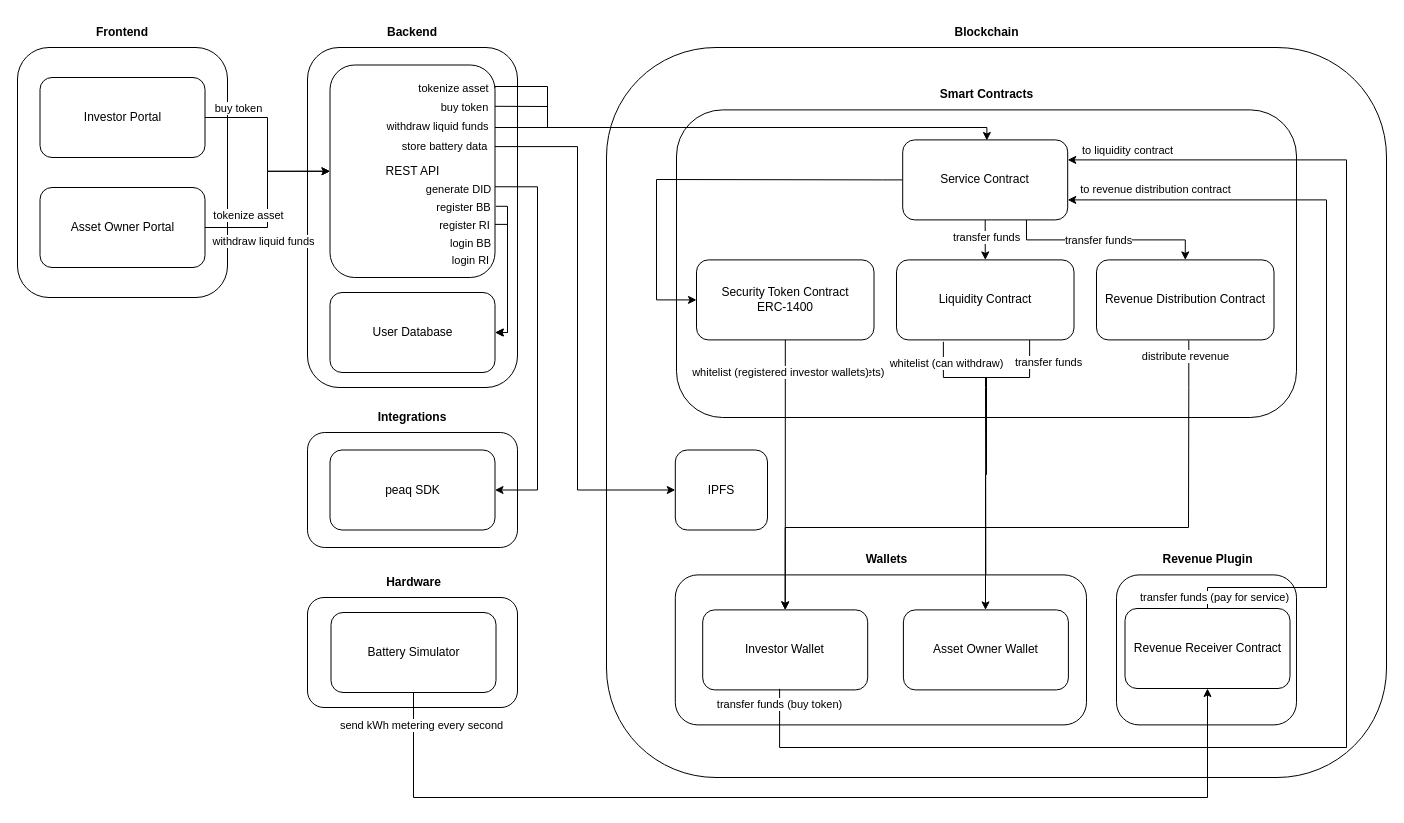
Before: architecture/penomo_demo_architecture_diagram_231006.drawio in penomoprotocol/tokenization-MVP, a draw.io diagram. Source tidied: cells renumbered, new cells numbered last; positions are measured from the earlier drawing's top-left corner, leaving out a move shared by most shapes. Both pictures are drawn from the tidied source at 100%, with x=0, y=0 at pixel (17, 17).
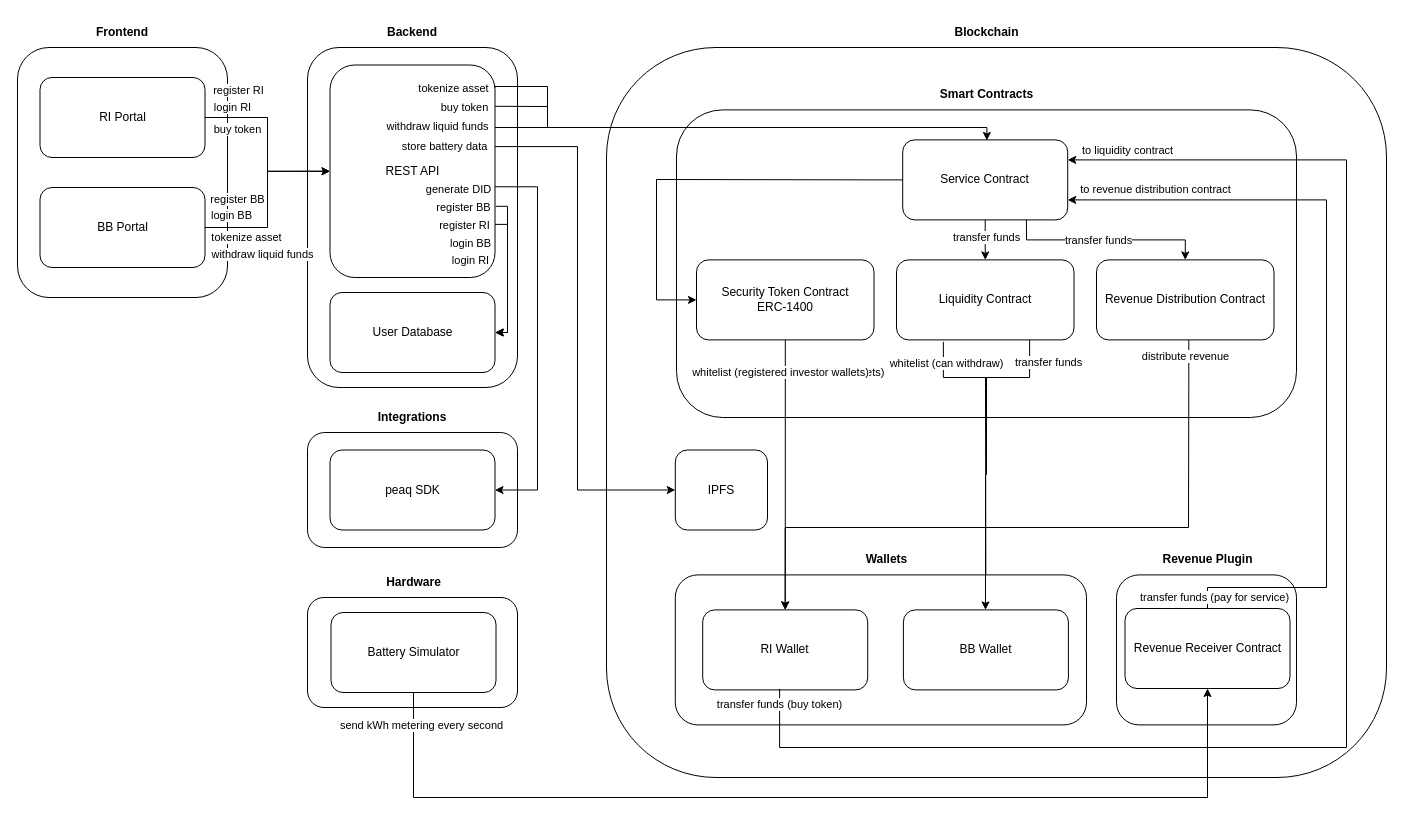
Above is the later version.

The edit, as a diff of the source:
```diff
@@
-    <mxCell id="11" value="Investor Portal" style="rounded=1;whiteSpace=wrap;html=1;" parent="1" vertex="1">
+    <mxCell id="11" value="RI Portal" style="rounded=1;whiteSpace=wrap;html=1;" parent="1" vertex="1">
       <mxGeometry x="22.5" y="60" width="165" height="80" as="geometry" />
     </mxCell>
@@
-    <mxCell id="13" value="Asset Owner Portal" style="rounded=1;whiteSpace=wrap;html=1;" parent="1" vertex="1">
+    <mxCell id="13" value="BB Portal" style="rounded=1;whiteSpace=wrap;html=1;" parent="1" vertex="1">
       <mxGeometry x="22.5" y="170" width="165" height="80" as="geometry" />
     </mxCell>
@@
-    <mxCell id="33" value="Investor Wallet" style="rounded=1;whiteSpace=wrap;html=1;" parent="1" vertex="1">
+    <mxCell id="33" value="RI Wallet" style="rounded=1;whiteSpace=wrap;html=1;" parent="1" vertex="1">
       <mxGeometry x="685.2" y="592.4" width="165" height="80" as="geometry" />
     </mxCell>
-    <mxCell id="34" value="Asset Owner Wallet" style="rounded=1;whiteSpace=wrap;html=1;" parent="1" vertex="1">
+    <mxCell id="34" value="BB Wallet" style="rounded=1;whiteSpace=wrap;html=1;" parent="1" vertex="1">
       <mxGeometry x="885.9" y="592.4" width="165" height="80" as="geometry" />
     </mxCell>
@@
     <mxCell id="39" value="buy token" style="edgeLabel;html=1;align=center;verticalAlign=middle;" parent="1" vertex="1">
-      <mxGeometry x="220" y="90" as="geometry" />
+      <mxGeometry x="219" y="111" as="geometry" />
     </mxCell>
     <mxCell id="40" value="tokenize asset" style="edgeLabel;html=1;align=center;verticalAlign=middle;" parent="1" vertex="1">
-      <mxGeometry x="228" y="201" as="geometry">
+      <mxGeometry x="226" y="223" as="geometry">
         <mxPoint x="2" y="-4" as="offset" />
       </mxGeometry>
     </mxCell>
     <mxCell id="41" value="withdraw liquid funds" style="edgeLabel;html=1;align=center;verticalAlign=middle;" parent="1" vertex="1">
-      <mxGeometry x="243" y="227" as="geometry">
+      <mxGeometry x="242" y="240" as="geometry">
         <mxPoint x="2" y="-4" as="offset" />
       </mxGeometry>
     </mxCell>
@@
+    <mxCell id="75" value="login RI" style="edgeLabel;html=1;align=center;verticalAlign=middle;" parent="1" vertex="1">
+      <mxGeometry x="214" y="89" as="geometry" />
+    </mxCell>
+    <mxCell id="76" value="register RI" style="edgeLabel;html=1;align=center;verticalAlign=middle;" parent="1" vertex="1">
+      <mxGeometry x="220" y="72" as="geometry" />
+    </mxCell>
+    <mxCell id="77" value="login BB" style="edgeLabel;html=1;align=center;verticalAlign=middle;" parent="1" vertex="1">
+      <mxGeometry x="213" y="197" as="geometry" />
+    </mxCell>
+    <mxCell id="78" value="register BB" style="edgeLabel;html=1;align=center;verticalAlign=middle;" parent="1" vertex="1">
+      <mxGeometry x="219" y="181" as="geometry" />
+    </mxCell>
```
